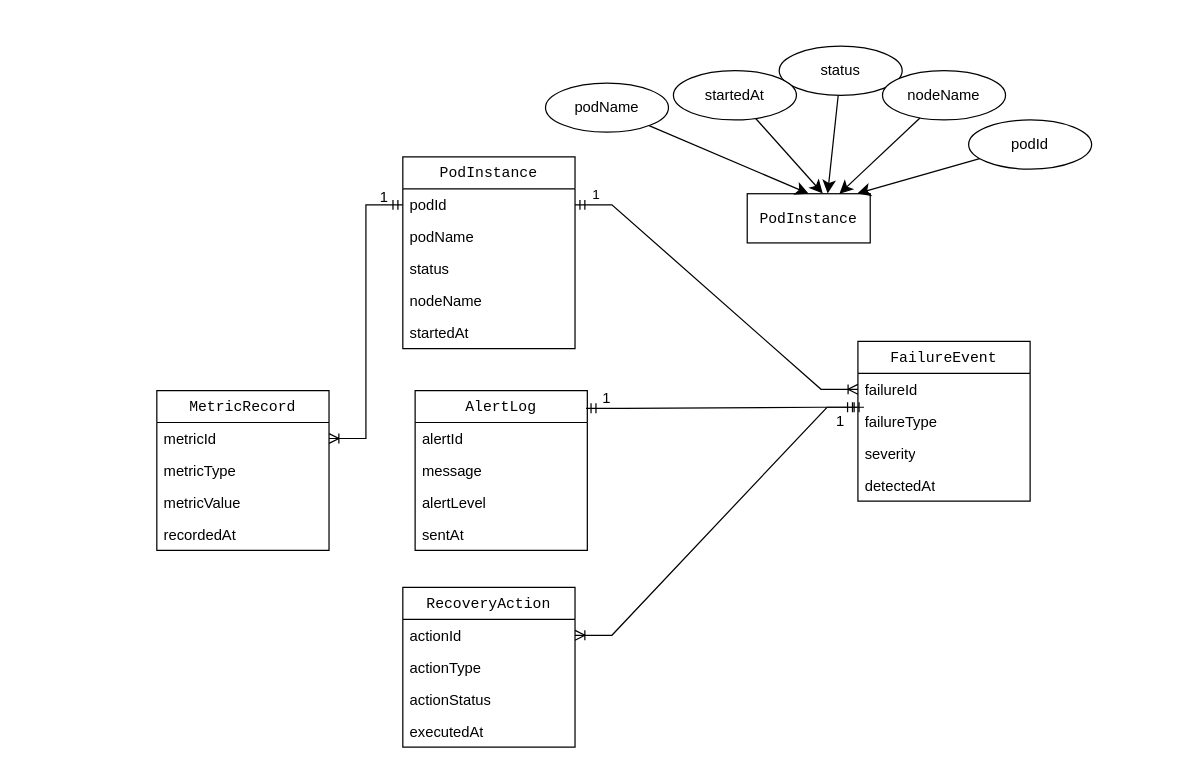
Above: page "Copy of Page-1" (2 of 2) of ER Diagram.drawio in mukund58/Self-Healing-System (draw.io), before the change. Source tidied: cells renumbered, new cells numbered last; positions are measured from the earlier drawing's top-left corner, leaving out a move shared by most shapes. Both pictures are drawn from the tidied source at 123%, with x=0, y=0 at pixel (156, 46).
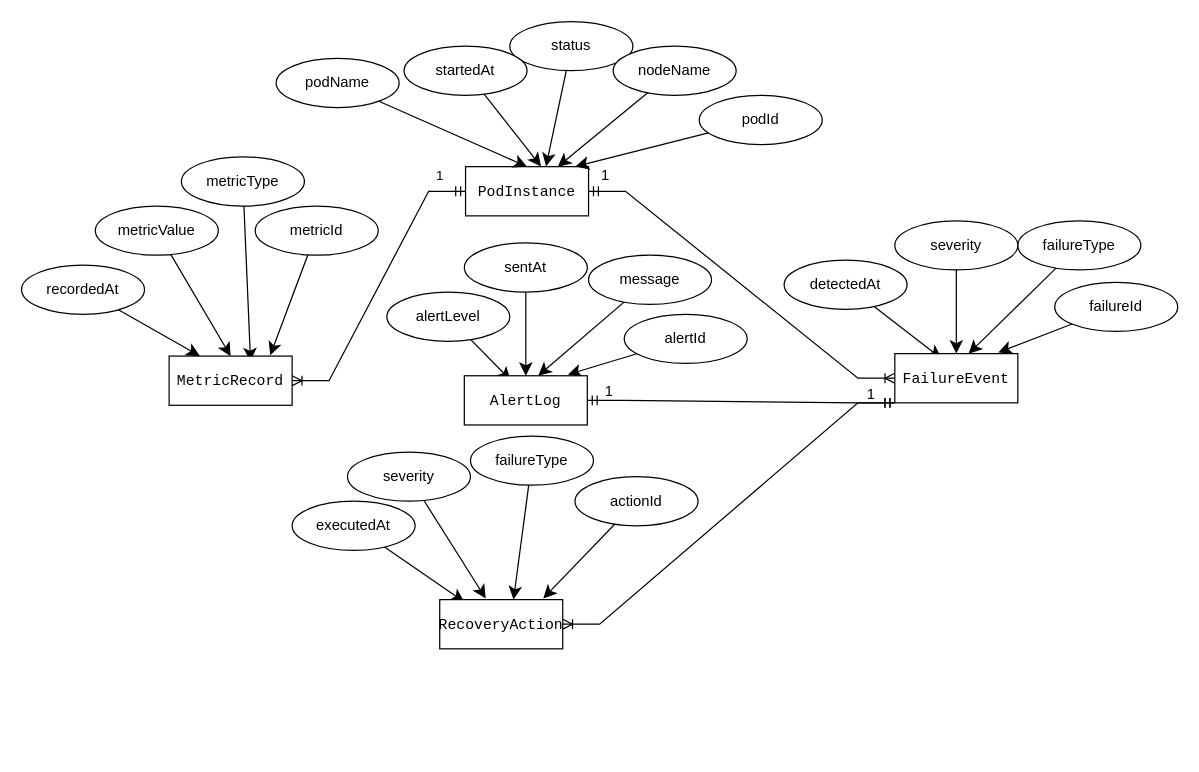
Above is the later version.

What changed in the source:
```diff
@@
-    <mxCell id="2" value="&lt;code class=&quot;whitespace-pre!&quot;&gt;&lt;span&gt;&lt;span&gt;&lt;span class=&quot;hljs-section&quot;&gt;PodInstance&lt;/span&gt;&lt;/span&gt;&lt;/span&gt;&lt;/code&gt;" style="swimlane;fontStyle=0;horizontal=1;startSize=26;fillColor=none;whiteSpace=wrap;html=1;" parent="1" vertex="1">
-      <mxGeometry x="200" y="90" width="140" height="156" as="geometry" />
-    </mxCell>
-    <mxCell id="3" value="podId&amp;nbsp;" style="text;strokeColor=none;fillColor=none;align=left;verticalAlign=top;spacingLeft=4;spacingRight=4;overflow=hidden;points=[[0,0.5],[1,0.5]];portConstraint=eastwest;whiteSpace=wrap;html=1;" parent="2" vertex="1">
-      <mxGeometry y="26" width="140" height="26" as="geometry" />
-    </mxCell>
-    <mxCell id="4" value="podName" style="text;strokeColor=none;fillColor=none;align=left;verticalAlign=top;spacingLeft=4;spacingRight=4;overflow=hidden;whiteSpace=wrap;html=1;" parent="2" vertex="1">
-      <mxGeometry y="52" width="140" height="26" as="geometry" />
-    </mxCell>
-    <mxCell id="5" value="&lt;div&gt;status&lt;/div&gt;" style="text;strokeColor=none;fillColor=none;align=left;verticalAlign=top;spacingLeft=4;spacingRight=4;overflow=hidden;whiteSpace=wrap;html=1;" parent="2" vertex="1">
-      <mxGeometry y="78" width="140" height="26" as="geometry" />
-    </mxCell>
-    <mxCell id="6" value="nodeName" style="text;strokeColor=none;fillColor=none;align=left;verticalAlign=top;spacingLeft=4;spacingRight=4;overflow=hidden;whiteSpace=wrap;html=1;" parent="2" vertex="1">
-      <mxGeometry y="104" width="140" height="26" as="geometry" />
-    </mxCell>
-    <mxCell id="7" value="startedAt" style="text;strokeColor=none;fillColor=none;align=left;verticalAlign=top;spacingLeft=4;spacingRight=4;overflow=hidden;whiteSpace=wrap;html=1;" parent="2" vertex="1">
-      <mxGeometry y="130" width="140" height="26" as="geometry" />
-    </mxCell>
-    <mxCell id="8" value="&lt;code class=&quot;whitespace-pre!&quot;&gt;&lt;span&gt;&lt;span&gt;&lt;span class=&quot;hljs-section&quot;&gt;MetricRecord&lt;/span&gt;&lt;/span&gt;&lt;/span&gt;&lt;/code&gt;" style="swimlane;fontStyle=0;horizontal=1;startSize=26;fillColor=none;whiteSpace=wrap;html=1;" parent="1" vertex="1">
-      <mxGeometry y="280" width="140" height="130" as="geometry" />
-    </mxCell>
-    <mxCell id="9" value="&lt;div&gt;metricId&lt;/div&gt;&lt;div&gt;&lt;br&gt;&lt;/div&gt;" style="text;strokeColor=none;fillColor=none;align=left;verticalAlign=top;spacingLeft=4;spacingRight=4;overflow=hidden;points=[[0,0.5],[1,0.5]];portConstraint=eastwest;whiteSpace=wrap;html=1;" parent="8" vertex="1">
-      <mxGeometry y="26" width="140" height="26" as="geometry" />
-    </mxCell>
-    <mxCell id="10" value="metricType" style="text;strokeColor=none;fillColor=none;align=left;verticalAlign=top;spacingLeft=4;spacingRight=4;overflow=hidden;points=[[0,0.5],[1,0.5]];portConstraint=eastwest;whiteSpace=wrap;html=1;" parent="8" vertex="1">
-      <mxGeometry y="52" width="140" height="26" as="geometry" />
-    </mxCell>
-    <mxCell id="11" value="metricValue" style="text;strokeColor=none;fillColor=none;align=left;verticalAlign=top;spacingLeft=4;spacingRight=4;overflow=hidden;points=[[0,0.5],[1,0.5]];portConstraint=eastwest;whiteSpace=wrap;html=1;" parent="8" vertex="1">
-      <mxGeometry y="78" width="140" height="26" as="geometry" />
-    </mxCell>
-    <mxCell id="12" value="recordedAt" style="text;strokeColor=none;fillColor=none;align=left;verticalAlign=top;spacingLeft=4;spacingRight=4;overflow=hidden;points=[[0,0.5],[1,0.5]];portConstraint=eastwest;whiteSpace=wrap;html=1;" parent="8" vertex="1">
-      <mxGeometry y="104" width="140" height="26" as="geometry" />
-    </mxCell>
-    <mxCell id="13" value="&lt;code&gt;FailureEvent&lt;/code&gt;" style="swimlane;fontStyle=0;horizontal=1;startSize=26;fillColor=none;whiteSpace=wrap;html=1;" parent="1" vertex="1">
-      <mxGeometry x="570" y="240" width="140" height="130" as="geometry" />
-    </mxCell>
-    <mxCell id="14" value="failureId" style="text;strokeColor=none;fillColor=none;align=left;verticalAlign=top;spacingLeft=4;spacingRight=4;overflow=hidden;points=[[0,0.5],[1,0.5]];portConstraint=eastwest;whiteSpace=wrap;html=1;" parent="13" vertex="1">
-      <mxGeometry y="26" width="140" height="26" as="geometry" />
-    </mxCell>
-    <mxCell id="15" value="failureType" style="text;strokeColor=none;fillColor=none;align=left;verticalAlign=top;spacingLeft=4;spacingRight=4;overflow=hidden;whiteSpace=wrap;html=1;" parent="13" vertex="1">
-      <mxGeometry y="52" width="140" height="26" as="geometry" />
-    </mxCell>
-    <mxCell id="16" value="severity" style="text;strokeColor=none;fillColor=none;align=left;verticalAlign=top;spacingLeft=4;spacingRight=4;overflow=hidden;whiteSpace=wrap;html=1;" parent="13" vertex="1">
-      <mxGeometry y="78" width="140" height="26" as="geometry" />
-    </mxCell>
-    <mxCell id="17" value="detectedAt" style="text;strokeColor=none;fillColor=none;align=left;verticalAlign=top;spacingLeft=4;spacingRight=4;overflow=hidden;points=[[0,0.5],[1,0.5]];portConstraint=eastwest;whiteSpace=wrap;html=1;" parent="13" vertex="1">
-      <mxGeometry y="104" width="140" height="26" as="geometry" />
-    </mxCell>
-    <mxCell id="18" value="&lt;code class=&quot;whitespace-pre!&quot;&gt;&lt;span&gt;&lt;span&gt;&lt;span class=&quot;hljs-section&quot;&gt;AlertLog&lt;/span&gt;&lt;/span&gt;&lt;/span&gt;&lt;/code&gt;" style="swimlane;fontStyle=0;horizontal=1;startSize=26;fillColor=none;whiteSpace=wrap;html=1;" parent="1" vertex="1">
-      <mxGeometry x="210" y="280" width="140" height="130" as="geometry" />
-    </mxCell>
-    <mxCell id="19" value="alertId" style="text;strokeColor=none;fillColor=none;align=left;verticalAlign=top;spacingLeft=4;spacingRight=4;overflow=hidden;points=[[0,0.5],[1,0.5]];portConstraint=eastwest;whiteSpace=wrap;html=1;" parent="18" vertex="1">
-      <mxGeometry y="26" width="140" height="26" as="geometry" />
-    </mxCell>
-    <mxCell id="20" value="message" style="text;strokeColor=none;fillColor=none;align=left;verticalAlign=top;spacingLeft=4;spacingRight=4;overflow=hidden;points=[[0,0.5],[1,0.5]];portConstraint=eastwest;whiteSpace=wrap;html=1;" parent="18" vertex="1">
-      <mxGeometry y="52" width="140" height="26" as="geometry" />
-    </mxCell>
-    <mxCell id="21" value="alertLevel" style="text;strokeColor=none;fillColor=none;align=left;verticalAlign=top;spacingLeft=4;spacingRight=4;overflow=hidden;points=[[0,0.5],[1,0.5]];portConstraint=eastwest;whiteSpace=wrap;html=1;" parent="18" vertex="1">
-      <mxGeometry y="78" width="140" height="26" as="geometry" />
-    </mxCell>
-    <mxCell id="22" value="sentAt" style="text;strokeColor=none;fillColor=none;align=left;verticalAlign=top;spacingLeft=4;spacingRight=4;overflow=hidden;points=[[0,0.5],[1,0.5]];portConstraint=eastwest;whiteSpace=wrap;html=1;" parent="18" vertex="1">
-      <mxGeometry y="104" width="140" height="26" as="geometry" />
-    </mxCell>
-    <mxCell id="23" value="&lt;code&gt;RecoveryAction&lt;/code&gt;" style="swimlane;fontStyle=0;horizontal=1;startSize=26;fillColor=none;whiteSpace=wrap;html=1;" parent="1" vertex="1">
-      <mxGeometry x="200" y="440" width="140" height="130" as="geometry" />
-    </mxCell>
-    <mxCell id="24" value="actionId" style="text;strokeColor=none;fillColor=none;align=left;verticalAlign=top;spacingLeft=4;spacingRight=4;overflow=hidden;points=[[0,0.5],[1,0.5]];portConstraint=eastwest;whiteSpace=wrap;html=1;" parent="23" vertex="1">
-      <mxGeometry y="26" width="140" height="26" as="geometry" />
-    </mxCell>
-    <mxCell id="25" value="actionType" style="text;strokeColor=none;fillColor=none;align=left;verticalAlign=top;spacingLeft=4;spacingRight=4;overflow=hidden;whiteSpace=wrap;html=1;" parent="23" vertex="1">
-      <mxGeometry y="52" width="140" height="26" as="geometry" />
-    </mxCell>
-    <mxCell id="26" value="actionStatus" style="text;strokeColor=none;fillColor=none;align=left;verticalAlign=top;spacingLeft=4;spacingRight=4;overflow=hidden;whiteSpace=wrap;html=1;" parent="23" vertex="1">
-      <mxGeometry y="78" width="140" height="26" as="geometry" />
-    </mxCell>
-    <mxCell id="27" value="executedAt" style="text;strokeColor=none;fillColor=none;align=left;verticalAlign=top;spacingLeft=4;spacingRight=4;overflow=hidden;points=[[0,0.5],[1,0.5]];portConstraint=eastwest;whiteSpace=wrap;html=1;" parent="23" vertex="1">
-      <mxGeometry y="104" width="140" height="26" as="geometry" />
-    </mxCell>
-    <mxCell id="28" style="edgeStyle=entityRelationEdgeStyle;fontSize=12;html=1;endArrow=ERmandOne;startArrow=ERmandOne;rounded=0;exitX=0.993;exitY=0.111;exitDx=0;exitDy=0;exitPerimeter=0;entryX=-0.003;entryY=1.061;entryDx=0;entryDy=0;entryPerimeter=0;" parent="1" edge="1" source="18" target="14">
+    <mxCell id="28" style="edgeStyle=entityRelationEdgeStyle;fontSize=12;html=1;endArrow=ERmandOne;startArrow=ERmandOne;rounded=0;entryX=0;entryY=1;entryDx=0;entryDy=0;" parent="1" edge="1" source="18" target="13">
       <mxGeometry relative="1" as="geometry" />
     </mxCell>
-    <mxCell id="29" style="edgeStyle=entityRelationEdgeStyle;fontSize=12;html=1;endArrow=ERoneToMany;startArrow=ERmandOne;rounded=0;entryX=1;entryY=0.5;entryDx=0;entryDy=0;exitX=0;exitY=0.5;exitDx=0;exitDy=0;" parent="1" edge="1" source="3" target="9">
+    <mxCell id="29" style="edgeStyle=entityRelationEdgeStyle;fontSize=12;html=1;endArrow=ERoneToMany;startArrow=ERmandOne;rounded=0;entryX=1;entryY=0.5;entryDx=0;entryDy=0;" parent="1" edge="1" source="36" target="8">
       <mxGeometry relative="1" as="geometry" />
     </mxCell>
-    <mxCell id="30" style="edgeStyle=entityRelationEdgeStyle;fontSize=12;html=1;endArrow=ERoneToMany;startArrow=ERmandOne;rounded=0;entryX=1;entryY=0.5;entryDx=0;entryDy=0;exitX=0.035;exitY=1.061;exitDx=0;exitDy=0;exitPerimeter=0;" parent="1" edge="1" source="14" target="24">
+    <mxCell id="30" style="edgeStyle=entityRelationEdgeStyle;fontSize=12;html=1;endArrow=ERoneToMany;startArrow=ERmandOne;rounded=0;entryX=1;entryY=0.5;entryDx=0;entryDy=0;exitX=0;exitY=1;exitDx=0;exitDy=0;" parent="1" edge="1" source="13" target="23">
       <mxGeometry relative="1" as="geometry" />
     </mxCell>
-    <mxCell id="31" style="edgeStyle=entityRelationEdgeStyle;fontSize=12;html=1;endArrow=ERoneToMany;startArrow=ERmandOne;rounded=0;exitX=1;exitY=0.5;exitDx=0;exitDy=0;" parent="1" edge="1" source="3" target="14">
+    <mxCell id="31" style="edgeStyle=entityRelationEdgeStyle;fontSize=12;html=1;endArrow=ERoneToMany;startArrow=ERmandOne;rounded=0;exitX=1;exitY=0.5;exitDx=0;exitDy=0;entryX=0;entryY=0.5;entryDx=0;entryDy=0;" parent="1" edge="1" source="36" target="13">
       <mxGeometry relative="1" as="geometry" />
     </mxCell>
     <mxCell id="32" value="1" style="edgeLabel;html=1;align=center;verticalAlign=middle;" parent="31" vertex="1">
       <mxGeometry x="-0.85" y="2" relative="1" as="geometry">
-        <mxPoint x="-6" y="-7" as="offset" />
+        <mxPoint x="-145" y="-12" as="offset" />
       </mxGeometry>
     </mxCell>
     <mxCell id="33" value="1" style="text;html=1;whiteSpace=wrap;strokeColor=none;fillColor=none;align=center;verticalAlign=middle;rounded=0;" parent="1" vertex="1">
-      <mxGeometry x="170" y="108" width="30" height="30" as="geometry" />
+      <mxGeometry x="350" y="90" width="30" height="30" as="geometry" />
     </mxCell>
     <mxCell id="34" value="1" style="text;html=1;whiteSpace=wrap;strokeColor=none;fillColor=none;align=center;verticalAlign=middle;rounded=0;" parent="1" vertex="1">
-      <mxGeometry x="351" y="272" width="30" height="30" as="geometry" />
+      <mxGeometry x="353" y="266" width="30" height="30" as="geometry" />
     </mxCell>
     <mxCell id="35" value="1" style="text;html=1;whiteSpace=wrap;strokeColor=none;fillColor=none;align=center;verticalAlign=middle;rounded=0;" parent="1" vertex="1">
-      <mxGeometry x="541" y="290" width="30" height="30" as="geometry" />
+      <mxGeometry x="566" y="268" width="30" height="30" as="geometry" />
     </mxCell>
     <mxCell id="36" value="&lt;span style=&quot;font-family: monospace;&quot;&gt;PodInstance&lt;/span&gt;" style="whiteSpace=wrap;html=1;align=center;" parent="1" vertex="1">
-      <mxGeometry x="480" y="120" width="100" height="40" as="geometry" />
+      <mxGeometry x="251" y="98" width="100" height="40" as="geometry" />
     </mxCell>
     <mxCell id="37" value="&lt;div&gt;podId&lt;/div&gt;" style="ellipse;whiteSpace=wrap;html=1;align=center;" parent="1" vertex="1">
-      <mxGeometry x="660" y="60" width="100" height="40" as="geometry" />
+      <mxGeometry x="441" y="40" width="100" height="40" as="geometry" />
     </mxCell>
@@
     <mxCell id="40" value="&lt;div&gt;podName&lt;/div&gt;" style="ellipse;whiteSpace=wrap;html=1;align=center;" parent="1" vertex="1">
-      <mxGeometry x="316" y="30" width="100" height="40" as="geometry" />
+      <mxGeometry x="97" y="10" width="100" height="40" as="geometry" />
     </mxCell>
@@
     <mxCell id="42" value="&lt;span style=&quot;text-align: left;&quot;&gt;status&lt;/span&gt;" style="ellipse;whiteSpace=wrap;html=1;align=center;" parent="1" vertex="1">
-      <mxGeometry x="506" width="100" height="40" as="geometry" />
+      <mxGeometry x="287" y="-20" width="100" height="40" as="geometry" />
     </mxCell>
     <mxCell id="43" value="&lt;span style=&quot;text-align: left;&quot;&gt;nodeName&lt;/span&gt;" style="ellipse;whiteSpace=wrap;html=1;align=center;" parent="1" vertex="1">
-      <mxGeometry x="590" y="20" width="100" height="40" as="geometry" />
+      <mxGeometry x="371" width="100" height="40" as="geometry" />
     </mxCell>
@@
     <mxCell id="45" value="&lt;span style=&quot;text-align: left;&quot;&gt;startedAt&lt;/span&gt;" style="ellipse;whiteSpace=wrap;html=1;align=center;" parent="1" vertex="1">
-      <mxGeometry x="420" y="20" width="100" height="40" as="geometry" />
+      <mxGeometry x="201" width="100" height="40" as="geometry" />
     </mxCell>
@@
+    <mxCell id="19" value="&lt;span style=&quot;text-align: left;&quot;&gt;alertId&lt;/span&gt;" style="ellipse;whiteSpace=wrap;html=1;align=center;" parent="1" vertex="1">
+      <mxGeometry x="380" y="218" width="100" height="40" as="geometry" />
+    </mxCell>
+    <mxCell id="47" style="edgeStyle=none;curved=1;rounded=0;jettySize=auto;html=1;fontSize=12;startSize=8;endSize=8;entryX=0.842;entryY=-0.025;entryDx=0;entryDy=0;entryPerimeter=0;" parent="1" edge="1" source="19" target="18">
+      <mxGeometry relative="1" as="geometry" />
+    </mxCell>
+    <mxCell id="20" value="&lt;span style=&quot;text-align: left;&quot;&gt;message&lt;/span&gt;" style="ellipse;whiteSpace=wrap;html=1;align=center;" parent="1" vertex="1">
+      <mxGeometry x="351" y="170" width="100" height="40" as="geometry" />
+    </mxCell>
+    <mxCell id="48" style="edgeStyle=none;curved=1;rounded=0;jettySize=auto;html=1;fontSize=12;startSize=8;endSize=8;entryX=0.6;entryY=0;entryDx=0;entryDy=0;entryPerimeter=0;" parent="1" edge="1" source="20" target="18">
+      <mxGeometry relative="1" as="geometry" />
+    </mxCell>
+    <mxCell id="21" value="&lt;span style=&quot;text-align: left;&quot;&gt;alertLevel&lt;/span&gt;" style="ellipse;whiteSpace=wrap;html=1;align=center;" parent="1" vertex="1">
+      <mxGeometry x="187" y="200" width="100" height="40" as="geometry" />
+    </mxCell>
+    <mxCell id="49" style="edgeStyle=none;curved=1;rounded=0;jettySize=auto;html=1;entryX=0.378;entryY=0.095;entryDx=0;entryDy=0;entryPerimeter=0;fontSize=12;startSize=8;endSize=8;" parent="1" edge="1" source="21" target="18">
+      <mxGeometry relative="1" as="geometry" />
+    </mxCell>
+    <mxCell id="18" value="&lt;span style=&quot;font-family: monospace;&quot;&gt;AlertLog&lt;/span&gt;" style="whiteSpace=wrap;html=1;align=center;" parent="1" vertex="1">
+      <mxGeometry x="250" y="268" width="100" height="40" as="geometry" />
+    </mxCell>
+    <mxCell id="50" style="edgeStyle=none;curved=1;rounded=0;jettySize=auto;html=1;entryX=0.5;entryY=0;entryDx=0;entryDy=0;fontSize=12;startSize=8;endSize=8;" parent="1" edge="1" source="22" target="18">
+      <mxGeometry relative="1" as="geometry" />
+    </mxCell>
+    <mxCell id="22" value="&lt;span style=&quot;text-align: left;&quot;&gt;sentAt&lt;/span&gt;" style="ellipse;whiteSpace=wrap;html=1;align=center;" parent="1" vertex="1">
+      <mxGeometry x="250" y="160" width="100" height="40" as="geometry" />
+    </mxCell>
+    <mxCell id="14" value="&lt;span style=&quot;text-align: left;&quot;&gt;failureId&lt;/span&gt;" style="ellipse;whiteSpace=wrap;html=1;align=center;" parent="1" vertex="1">
+      <mxGeometry x="730" y="192" width="100" height="40" as="geometry" />
+    </mxCell>
+    <mxCell id="51" style="edgeStyle=none;curved=1;rounded=0;jettySize=auto;html=1;fontSize=12;startSize=8;endSize=8;entryX=0.842;entryY=-0.025;entryDx=0;entryDy=0;entryPerimeter=0;" parent="1" edge="1" source="14" target="13">
+      <mxGeometry relative="1" as="geometry" />
+    </mxCell>
+    <mxCell id="52" value="&lt;span style=&quot;text-align: left;&quot;&gt;failureType&lt;/span&gt;" style="ellipse;whiteSpace=wrap;html=1;align=center;" parent="1" vertex="1">
+      <mxGeometry x="700" y="142" width="100" height="40" as="geometry" />
+    </mxCell>
+    <mxCell id="53" style="edgeStyle=none;curved=1;rounded=0;jettySize=auto;html=1;fontSize=12;startSize=8;endSize=8;entryX=0.6;entryY=0;entryDx=0;entryDy=0;entryPerimeter=0;" parent="1" edge="1" source="52" target="13">
+      <mxGeometry relative="1" as="geometry" />
+    </mxCell>
+    <mxCell id="54" style="edgeStyle=none;curved=1;rounded=0;jettySize=auto;html=1;entryX=0.378;entryY=0.095;entryDx=0;entryDy=0;entryPerimeter=0;fontSize=12;startSize=8;endSize=8;" parent="1" edge="1" source="17" target="13">
+      <mxGeometry relative="1" as="geometry" />
+    </mxCell>
+    <mxCell id="13" value="&lt;span style=&quot;font-family: monospace;&quot;&gt;FailureEvent&lt;/span&gt;" style="whiteSpace=wrap;html=1;align=center;" parent="1" vertex="1">
+      <mxGeometry x="600" y="250" width="100" height="40" as="geometry" />
+    </mxCell>
+    <mxCell id="55" style="edgeStyle=none;curved=1;rounded=0;jettySize=auto;html=1;entryX=0.5;entryY=0;entryDx=0;entryDy=0;fontSize=12;startSize=8;endSize=8;" parent="1" edge="1" source="56" target="13">
+      <mxGeometry relative="1" as="geometry" />
+    </mxCell>
+    <mxCell id="56" value="&lt;span style=&quot;text-align: left;&quot;&gt;severity&lt;/span&gt;" style="ellipse;whiteSpace=wrap;html=1;align=center;" parent="1" vertex="1">
+      <mxGeometry x="600" y="142" width="100" height="40" as="geometry" />
+    </mxCell>
+    <mxCell id="17" value="&lt;span style=&quot;text-align: left;&quot;&gt;detectedAt&lt;/span&gt;" style="ellipse;whiteSpace=wrap;html=1;align=center;" parent="1" vertex="1">
+      <mxGeometry x="510" y="174" width="100" height="40" as="geometry" />
+    </mxCell>
+    <mxCell id="24" value="&lt;span style=&quot;text-align: left;&quot;&gt;actionId&lt;/span&gt;" style="ellipse;whiteSpace=wrap;html=1;align=center;" parent="1" vertex="1">
+      <mxGeometry x="340" y="350" width="100" height="40" as="geometry" />
+    </mxCell>
+    <mxCell id="57" style="edgeStyle=none;curved=1;rounded=0;jettySize=auto;html=1;fontSize=12;startSize=8;endSize=8;entryX=0.842;entryY=-0.025;entryDx=0;entryDy=0;entryPerimeter=0;" parent="1" edge="1" source="24" target="23">
+      <mxGeometry relative="1" as="geometry" />
+    </mxCell>
+    <mxCell id="58" value="&lt;span style=&quot;text-align: left;&quot;&gt;failureType&lt;/span&gt;" style="ellipse;whiteSpace=wrap;html=1;align=center;" parent="1" vertex="1">
+      <mxGeometry x="255" y="317" width="100" height="40" as="geometry" />
+    </mxCell>
+    <mxCell id="59" style="edgeStyle=none;curved=1;rounded=0;jettySize=auto;html=1;fontSize=12;startSize=8;endSize=8;entryX=0.6;entryY=0;entryDx=0;entryDy=0;entryPerimeter=0;" parent="1" edge="1" source="58" target="23">
+      <mxGeometry relative="1" as="geometry" />
+    </mxCell>
+    <mxCell id="60" style="edgeStyle=none;curved=1;rounded=0;jettySize=auto;html=1;entryX=0.2;entryY=0.05;entryDx=0;entryDy=0;fontSize=12;startSize=8;endSize=8;entryPerimeter=0;" parent="1" edge="1" source="27" target="23">
+      <mxGeometry relative="1" as="geometry" />
+    </mxCell>
+    <mxCell id="23" value="&lt;span style=&quot;font-family: monospace;&quot;&gt;RecoveryAction&lt;/span&gt;" style="whiteSpace=wrap;html=1;align=center;" parent="1" vertex="1">
+      <mxGeometry x="230" y="450" width="100" height="40" as="geometry" />
+    </mxCell>
+    <mxCell id="61" style="edgeStyle=none;curved=1;rounded=0;jettySize=auto;html=1;fontSize=12;startSize=8;endSize=8;entryX=0.374;entryY=-0.025;entryDx=0;entryDy=0;entryPerimeter=0;" parent="1" edge="1" source="62" target="23">
+      <mxGeometry relative="1" as="geometry" />
+    </mxCell>
+    <mxCell id="62" value="&lt;span style=&quot;text-align: left;&quot;&gt;severity&lt;/span&gt;" style="ellipse;whiteSpace=wrap;html=1;align=center;" parent="1" vertex="1">
+      <mxGeometry x="155" y="330" width="100" height="40" as="geometry" />
+    </mxCell>
+    <mxCell id="27" value="&lt;span style=&quot;text-align: left;&quot;&gt;executedAt&lt;/span&gt;" style="ellipse;whiteSpace=wrap;html=1;align=center;" parent="1" vertex="1">
+      <mxGeometry x="110" y="370" width="100" height="40" as="geometry" />
+    </mxCell>
+    <mxCell id="9" value="&lt;div&gt;metricId&lt;/div&gt;" style="ellipse;whiteSpace=wrap;html=1;align=center;" parent="1" vertex="1">
+      <mxGeometry x="80" y="130" width="100" height="40" as="geometry" />
+    </mxCell>
+    <mxCell id="63" style="edgeStyle=none;curved=1;rounded=0;jettySize=auto;html=1;fontSize=12;startSize=8;endSize=8;entryX=0.822;entryY=-0.015;entryDx=0;entryDy=0;entryPerimeter=0;" parent="1" edge="1" source="9" target="8">
+      <mxGeometry relative="1" as="geometry" />
+    </mxCell>
+    <mxCell id="10" value="&lt;span style=&quot;text-align: left;&quot;&gt;metricType&lt;/span&gt;" style="ellipse;whiteSpace=wrap;html=1;align=center;" parent="1" vertex="1">
+      <mxGeometry x="20" y="90" width="100" height="40" as="geometry" />
+    </mxCell>
+    <mxCell id="64" style="edgeStyle=none;curved=1;rounded=0;jettySize=auto;html=1;fontSize=12;startSize=8;endSize=8;entryX=0.662;entryY=0.105;entryDx=0;entryDy=0;entryPerimeter=0;" parent="1" edge="1" source="10" target="8">
+      <mxGeometry relative="1" as="geometry" />
+    </mxCell>
+    <mxCell id="65" style="edgeStyle=none;curved=1;rounded=0;jettySize=auto;html=1;fontSize=12;startSize=8;endSize=8;entryX=0.25;entryY=0;entryDx=0;entryDy=0;" parent="1" edge="1" source="12" target="8">
+      <mxGeometry relative="1" as="geometry" />
+    </mxCell>
+    <mxCell id="8" value="&lt;span style=&quot;font-family: monospace;&quot;&gt;MetricRecord&lt;/span&gt;" style="whiteSpace=wrap;html=1;align=center;" parent="1" vertex="1">
+      <mxGeometry x="10" y="252" width="100" height="40" as="geometry" />
+    </mxCell>
+    <mxCell id="66" style="edgeStyle=none;curved=1;rounded=0;jettySize=auto;html=1;entryX=0.5;entryY=0;entryDx=0;entryDy=0;fontSize=12;startSize=8;endSize=8;" parent="1" edge="1" source="11" target="8">
+      <mxGeometry relative="1" as="geometry" />
+    </mxCell>
+    <mxCell id="11" value="&lt;span style=&quot;text-align: left;&quot;&gt;metricValue&lt;/span&gt;" style="ellipse;whiteSpace=wrap;html=1;align=center;" parent="1" vertex="1">
+      <mxGeometry x="-50" y="130" width="100" height="40" as="geometry" />
+    </mxCell>
+    <mxCell id="12" value="&lt;span style=&quot;text-align: left;&quot;&gt;recordedAt&lt;/span&gt;" style="ellipse;whiteSpace=wrap;html=1;align=center;" parent="1" vertex="1">
+      <mxGeometry x="-110" y="178" width="100" height="40" as="geometry" />
+    </mxCell>
```
